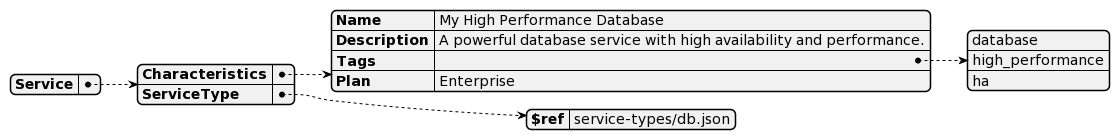
Earlier version of the PlantUML export models/examples/img/flavor-types/service.png (SteGala/REAR-data-models).
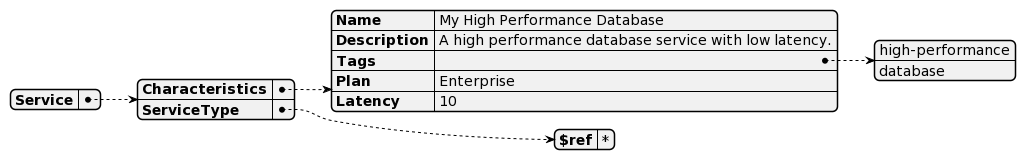
The same diagram one commit later.

The edit, as a diff of the source:
```diff
@@ -3,12 +3,13 @@
     "Service": {
       "Characteristics": {
         "Name": "My High Performance Database",
-        "Description": "A powerful database service with high availability and performance.",
-        "Tags": ["database", "high_performance", "ha"],
-        "Plan": "Enterprise"
+        "Description": "A high performance database service with low latency.",
+        "Tags": ["high-performance", "database"],
+        "Plan": "Enterprise",
+        "Latency": 10
       },
       "ServiceType": {
-        "$ref": "service-types/db.json"
+        "$ref": "*"
       }
     }
   }
```
